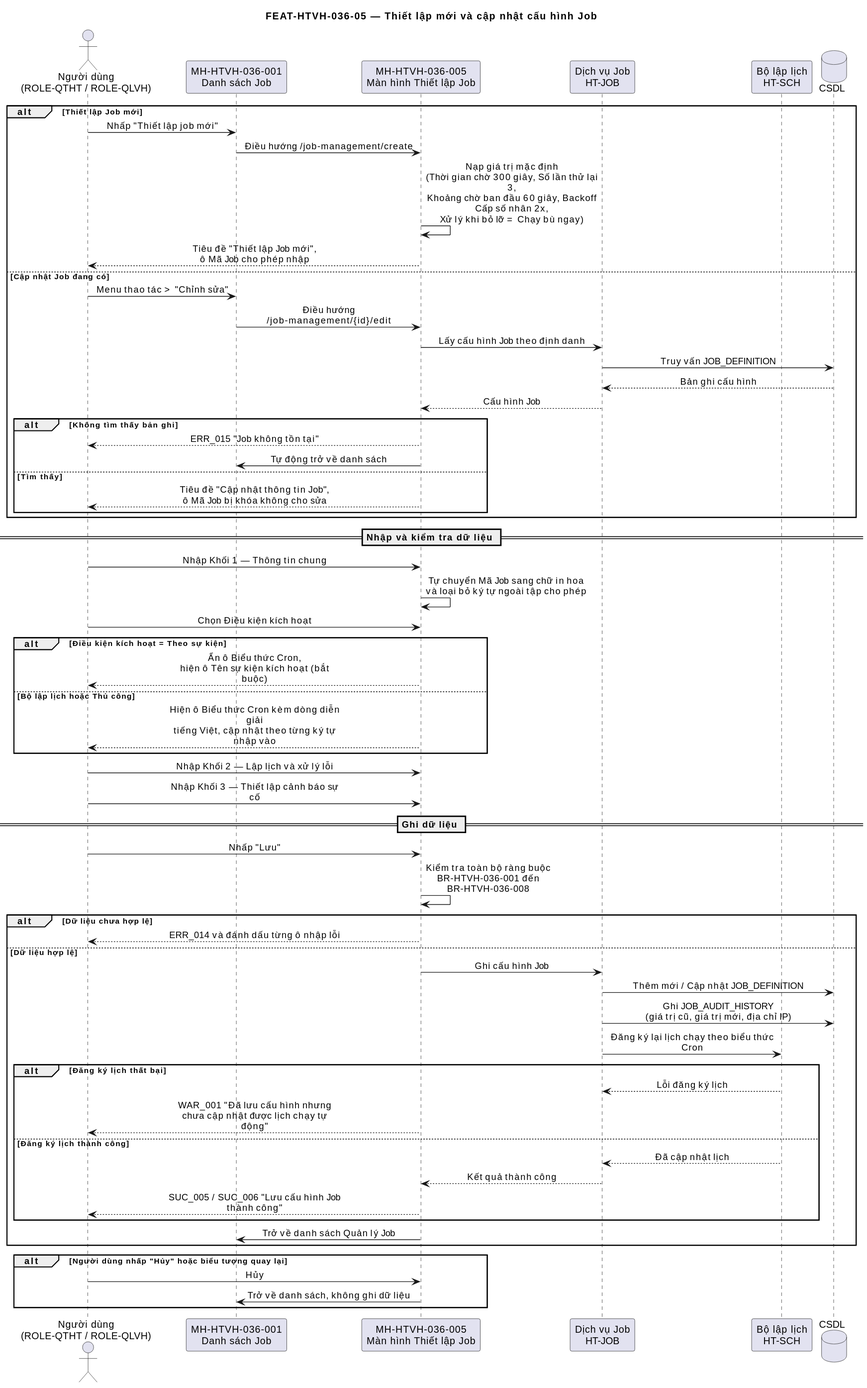
This is docs/specifications/diagrams/FUNC-HTVH-036_seq-05.svg from NgocTDA/cic-core-system, a PlantUML export, as it was before one commit.
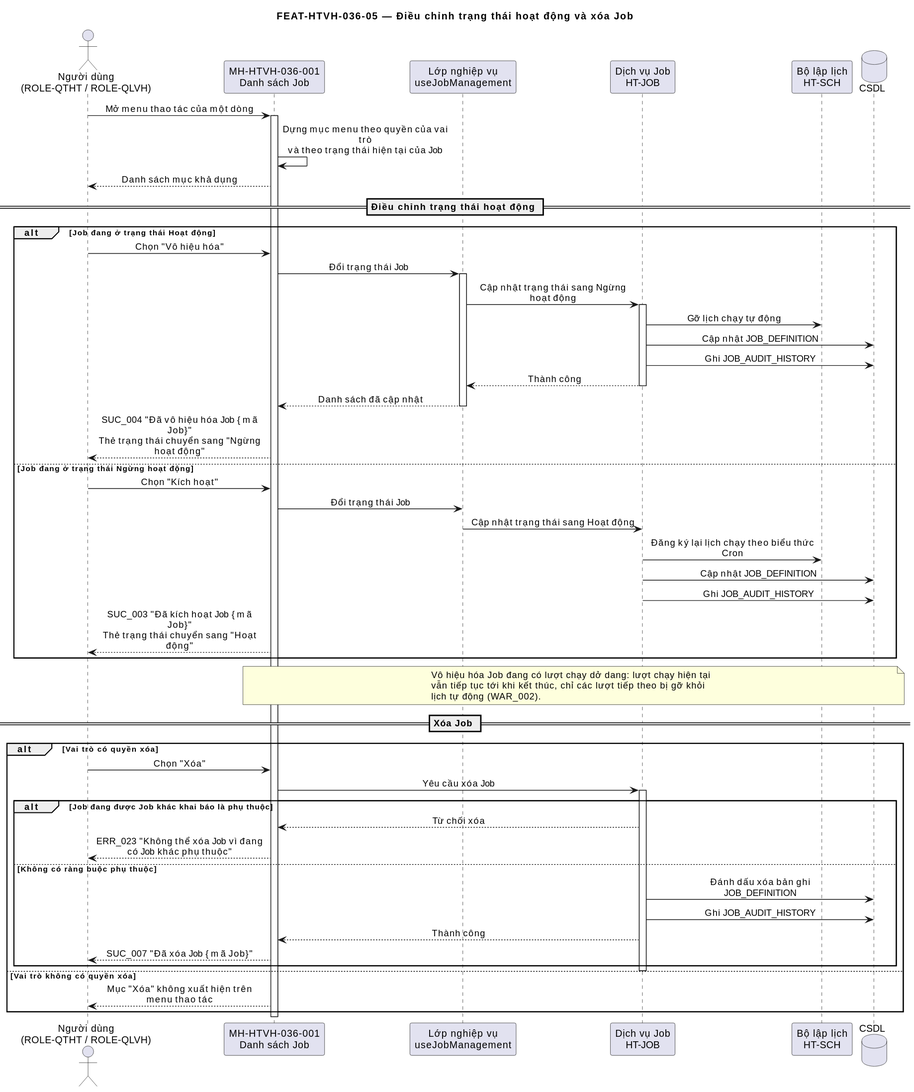
After the change.

The edit, as a diff of the source:
```diff
@@ -1,74 +1,69 @@
 @startuml
-title FEAT-HTVH-036-05 — Thiết lập mới và cập nhật cấu hình Job
+title FEAT-HTVH-036-05 — Điều chỉnh trạng thái hoạt động và xóa Job
 
 skinparam sequenceMessageAlign center
-skinparam maxMessageSize 250
+skinparam maxMessageSize 240
 
 actor "Người dùng\n(ROLE-QTHT / ROLE-QLVH)" as NSD
 participant "MH-HTVH-036-001\nDanh sách Job" as MH_DS
-participant "MH-HTVH-036-005\nMàn hình Thiết lập Job" as MH_FORM
+participant "Lớp nghiệp vụ\nuseJobManagement" as HT_LOGIC
 participant "Dịch vụ Job\nHT-JOB" as HT_JOB
 participant "Bộ lập lịch\nHT-SCH" as HT_SCH
 database "CSDL" as CSDL
 
-alt Thiết lập Job mới
-  NSD -> MH_DS : Nhấp "Thiết lập job mới"
-  MH_DS -> MH_FORM : Điều hướng /job-management/create
-  MH_FORM -> MH_FORM : Nạp giá trị mặc định\n(Thời gian chờ 300 giây, Số lần thử lại 3,\nKhoảng chờ ban đầu 60 giây, Backoff Cấp số nhân 2x,\nXử lý khi bỏ lỡ = Chạy bù ngay)
-  MH_FORM --> NSD : Tiêu đề "Thiết lập Job mới",\nô Mã Job cho phép nhập
-else Cập nhật Job đang có
-  NSD -> MH_DS : Menu thao tác > "Chỉnh sửa"
-  MH_DS -> MH_FORM : Điều hướng /job-management/{id}/edit
-  MH_FORM -> HT_JOB : Lấy cấu hình Job theo định danh
-  HT_JOB -> CSDL : Truy vấn JOB_DEFINITION
-  CSDL --> HT_JOB : Bản ghi cấu hình
-  HT_JOB --> MH_FORM : Cấu hình Job
-  alt Không tìm thấy bản ghi
-    MH_FORM --> NSD : ERR_015 "Job không tồn tại"
-    MH_FORM -> MH_DS : Tự động trở về danh sách
-  else Tìm thấy
-    MH_FORM --> NSD : Tiêu đề "Cập nhật thông tin Job",\nô Mã Job bị khóa không cho sửa
-  end
+NSD -> MH_DS : Mở menu thao tác của một dòng
+activate MH_DS
+MH_DS -> MH_DS : Dựng mục menu theo quyền của vai trò\nvà theo trạng thái hiện tại của Job
+MH_DS --> NSD : Danh sách mục khả dụng
+
+== Điều chỉnh trạng thái hoạt động ==
+alt Job đang ở trạng thái Hoạt động
+  NSD -> MH_DS : Chọn "Vô hiệu hóa"
+  MH_DS -> HT_LOGIC : Đổi trạng thái Job
+  activate HT_LOGIC
+  HT_LOGIC -> HT_JOB : Cập nhật trạng thái sang Ngừng hoạt động
+  activate HT_JOB
+  HT_JOB -> HT_SCH : Gỡ lịch chạy tự động
+  HT_JOB -> CSDL : Cập nhật JOB_DEFINITION
+  HT_JOB -> CSDL : Ghi JOB_AUDIT_HISTORY
+  HT_JOB --> HT_LOGIC : Thành công
+  deactivate HT_JOB
+  HT_LOGIC --> MH_DS : Danh sách đã cập nhật
+  deactivate HT_LOGIC
+  MH_DS --> NSD : SUC_004 "Đã vô hiệu hóa Job {mã Job}"\nThẻ trạng thái chuyển sang "Ngừng hoạt động"
+else Job đang ở trạng thái Ngừng hoạt động
+  NSD -> MH_DS : Chọn "Kích hoạt"
+  MH_DS -> HT_LOGIC : Đổi trạng thái Job
+  HT_LOGIC -> HT_JOB : Cập nhật trạng thái sang Hoạt động
+  HT_JOB -> HT_SCH : Đăng ký lại lịch chạy theo biểu thức Cron
+  HT_JOB -> CSDL : Cập nhật JOB_DEFINITION
+  HT_JOB -> CSDL : Ghi JOB_AUDIT_HISTORY
+  MH_DS --> NSD : SUC_003 "Đã kích hoạt Job {mã Job}"\nThẻ trạng thái chuyển sang "Hoạt động"
 end
 
-== Nhập và kiểm tra dữ liệu ==
-NSD -> MH_FORM : Nhập Khối 1 — Thông tin chung
-MH_FORM -> MH_FORM : Tự chuyển Mã Job sang chữ in hoa\nvà loại bỏ ký tự ngoài tập cho phép
+note over MH_DS, CSDL
+  Vô hiệu hóa Job đang có lượt chạy dở dang: lượt chạy hiện tại
+  vẫn tiếp tục tới khi kết thúc, chỉ các lượt tiếp theo bị gỡ khỏi
+  lịch tự động (WAR_002).
+end note
 
-NSD -> MH_FORM : Chọn Điều kiện kích hoạt
-alt Điều kiện kích hoạt = Theo sự kiện
-  MH_FORM --> NSD : Ẩn ô Biểu thức Cron,\nhiện ô Tên sự kiện kích hoạt (bắt buộc)
-else Bộ lập lịch hoặc Thủ công
-  MH_FORM --> NSD : Hiện ô Biểu thức Cron kèm dòng diễn giải\ntiếng Việt, cập nhật theo từng ký tự nhập vào
+== Xóa Job ==
+alt Vai trò có quyền xóa
+  NSD -> MH_DS : Chọn "Xóa"
+  MH_DS -> HT_JOB : Yêu cầu xóa Job
+  activate HT_JOB
+  alt Job đang được Job khác khai báo là phụ thuộc
+    HT_JOB --> MH_DS : Từ chối xóa
+    MH_DS --> NSD : ERR_023 "Không thể xóa Job vì đang có Job khác phụ thuộc"
+  else Không có ràng buộc phụ thuộc
+    HT_JOB -> CSDL : Đánh dấu xóa bản ghi JOB_DEFINITION
+    HT_JOB -> CSDL : Ghi JOB_AUDIT_HISTORY
+    HT_JOB --> MH_DS : Thành công
+    MH_DS --> NSD : SUC_007 "Đã xóa Job {mã Job}"
+  end
+  deactivate HT_JOB
+else Vai trò không có quyền xóa
+  MH_DS --> NSD : Mục "Xóa" không xuất hiện trên menu thao tác
 end
-
-NSD -> MH_FORM : Nhập Khối 2 — Lập lịch và xử lý lỗi
-NSD -> MH_FORM : Nhập Khối 3 — Thiết lập cảnh báo sự cố
-
-== Ghi dữ liệu ==
-NSD -> MH_FORM : Nhấp "Lưu"
-MH_FORM -> MH_FORM : Kiểm tra toàn bộ ràng buộc\nBR-HTVH-036-001 đến BR-HTVH-036-008
-
-alt Dữ liệu chưa hợp lệ
-  MH_FORM --> NSD : ERR_014 và đánh dấu từng ô nhập lỗi
-else Dữ liệu hợp lệ
-  MH_FORM -> HT_JOB : Ghi cấu hình Job
-  HT_JOB -> CSDL : Thêm mới / Cập nhật JOB_DEFINITION
-  HT_JOB -> CSDL : Ghi JOB_AUDIT_HISTORY\n(giá trị cũ, giá trị mới, địa chỉ IP)
-  HT_JOB -> HT_SCH : Đăng ký lại lịch chạy theo biểu thức Cron
-  alt Đăng ký lịch thất bại
-    HT_SCH --> HT_JOB : Lỗi đăng ký lịch
-    MH_FORM --> NSD : WAR_001 "Đã lưu cấu hình nhưng\nchưa cập nhật được lịch chạy tự động"
-  else Đăng ký lịch thành công
-    HT_SCH --> HT_JOB : Đã cập nhật lịch
-    HT_JOB --> MH_FORM : Kết quả thành công
-    MH_FORM --> NSD : SUC_005 / SUC_006 "Lưu cấu hình Job thành công"
-  end
-  MH_FORM -> MH_DS : Trở về danh sách Quản lý Job
-end
-
-alt Người dùng nhấp "Hủy" hoặc biểu tượng quay lại
-  NSD -> MH_FORM : Hủy
-  MH_FORM -> MH_DS : Trở về danh sách, không ghi dữ liệu
-end
+deactivate MH_DS
 @enduml
```
